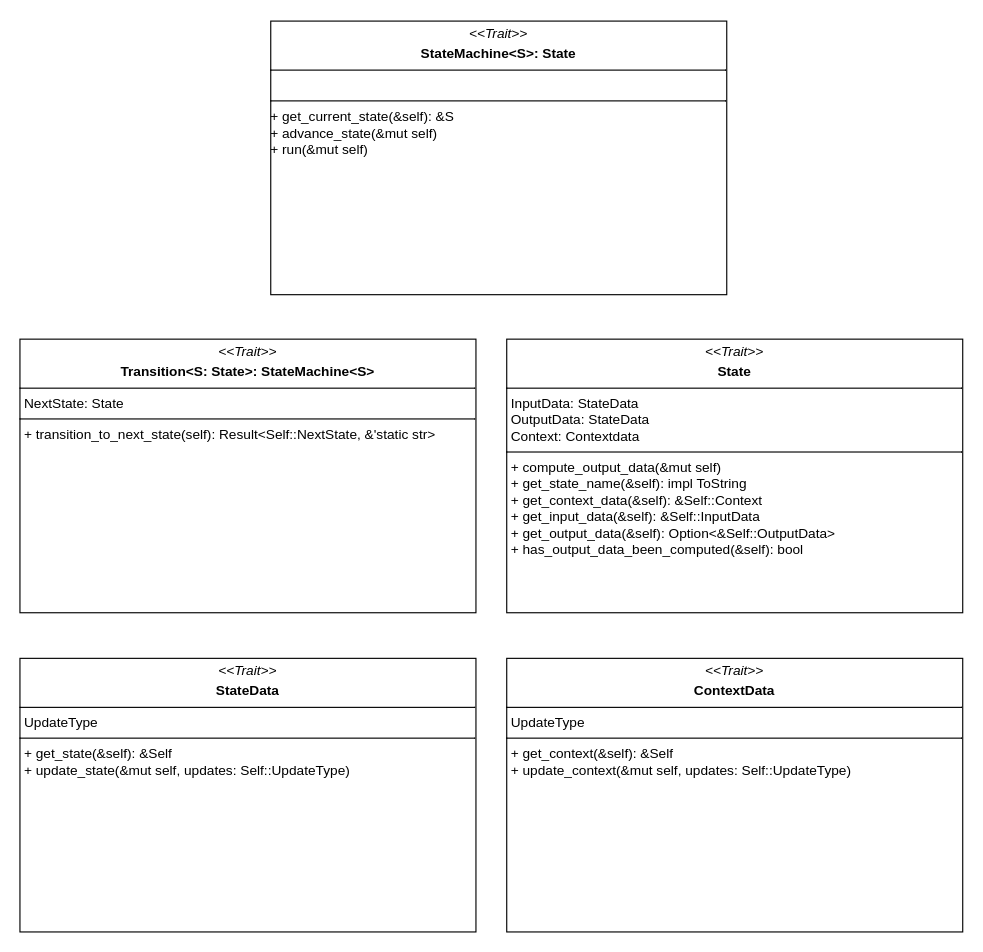
Above: design/uml_class_diagram/state_machine.drawio in DeCa09/state_machine (draw.io), before the change. Source tidied: cells renumbered, new cells numbered last; positions are measured from the earlier drawing's top-left corner, leaving out a move shared by most shapes. Both pictures are drawn from the tidied source at 114%, with x=0, y=0 at pixel (19, 21).
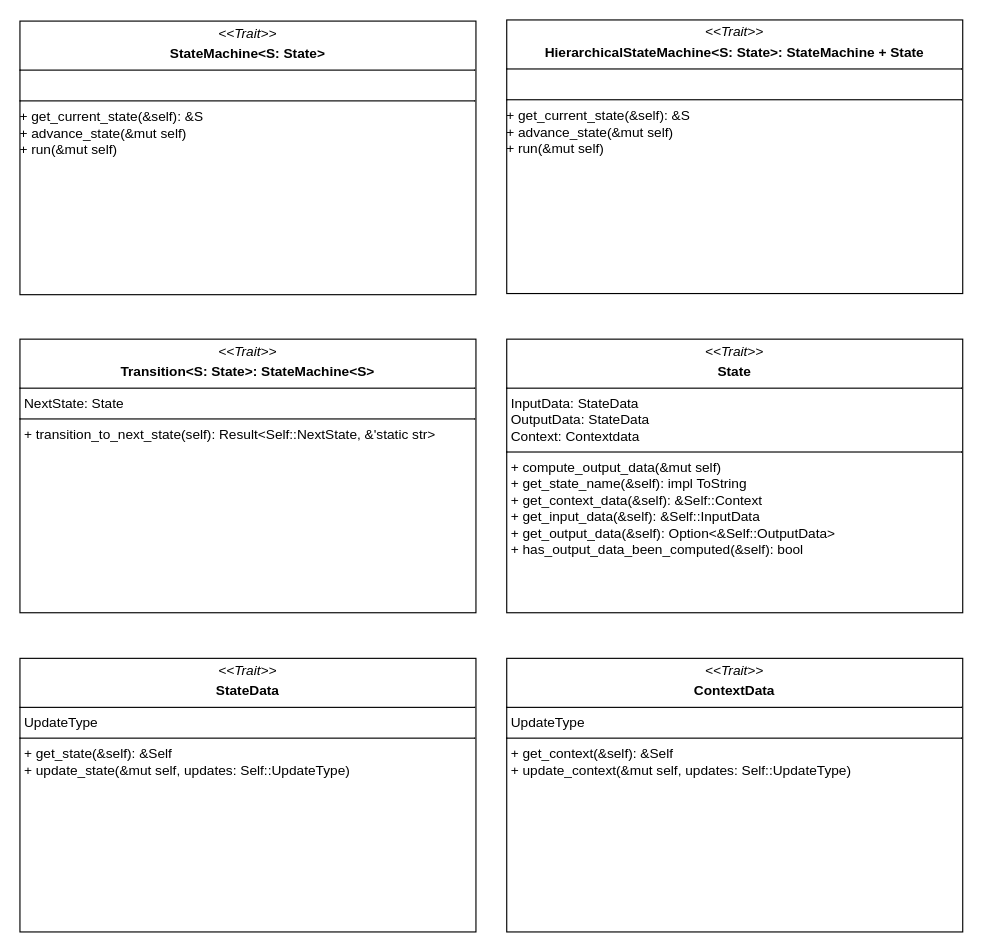
After the change.

Commit message (it also covers changes not shown here):
design: update design documents

What changed in the source:
```diff
@@
 <mxGraphModel>
   <root>
     <mxCell id="0" />
     <mxCell id="1" parent="0" />
     <mxCell id="2" value="&lt;p style=&quot;margin:0px;margin-top:4px;text-align:center;&quot;&gt;&lt;i&gt;&amp;lt;&amp;lt;Trait&amp;gt;&amp;gt;&lt;/i&gt;&lt;/p&gt;&lt;p style=&quot;margin:0px;margin-top:4px;text-align:center;&quot;&gt;&lt;b&gt;State&lt;/b&gt;&lt;br&gt;&lt;/p&gt;&lt;hr size=&quot;1&quot; style=&quot;border-style:solid;&quot;&gt;&lt;p style=&quot;margin:0px;margin-left:4px;&quot;&gt;InputData: StateData&lt;br&gt;OutputData: StateData&lt;/p&gt;&lt;p style=&quot;margin:0px;margin-left:4px;&quot;&gt;Context: Contextdata&lt;br&gt;&lt;/p&gt;&lt;hr size=&quot;1&quot; style=&quot;border-style:solid;&quot;&gt;&lt;p style=&quot;margin:0px;margin-left:4px;&quot;&gt;+ compute_output_data(&amp;amp;mut self)&lt;/p&gt;&lt;p style=&quot;margin:0px;margin-left:4px;&quot;&gt;+ get_state_name(&amp;amp;self): impl ToString&lt;br&gt;&lt;/p&gt;&lt;p style=&quot;margin:0px;margin-left:4px;&quot;&gt;+ get_context_data(&amp;amp;self): &amp;amp;Self::Context&lt;/p&gt;&lt;p style=&quot;margin:0px;margin-left:4px;&quot;&gt;+ get_input_data(&amp;amp;self): &amp;amp;Self::InputData&lt;/p&gt;&lt;p style=&quot;margin:0px;margin-left:4px;&quot;&gt;+ get_output_data(&amp;amp;self): Option&amp;lt;&amp;amp;Self::OutputData&amp;gt;&lt;/p&gt;&lt;p style=&quot;margin:0px;margin-left:4px;&quot;&gt;+ has_output_data_been_computed(&amp;amp;self): bool&lt;/p&gt;&lt;p style=&quot;margin:0px;margin-left:4px;&quot;&gt;&lt;/p&gt;&lt;p style=&quot;margin:0px;margin-left:4px;&quot;&gt;&lt;/p&gt;&lt;p style=&quot;margin:0px;margin-left:4px;&quot;&gt;&lt;/p&gt;" style="verticalAlign=top;align=left;overflow=fill;html=1;whiteSpace=wrap;" parent="1" vertex="1">
       <mxGeometry x="427" y="279" width="400" height="240" as="geometry" />
     </mxCell>
     <mxCell id="3" value="&lt;p style=&quot;margin:0px;margin-top:4px;text-align:center;&quot;&gt;&lt;i&gt;&amp;lt;&amp;lt;Trait&amp;gt;&amp;gt;&lt;/i&gt;&lt;/p&gt;&lt;p style=&quot;margin:0px;margin-top:4px;text-align:center;&quot;&gt;&lt;b&gt;ContextData&lt;/b&gt;&lt;br&gt;&lt;/p&gt;&lt;hr size=&quot;1&quot; style=&quot;border-style:solid;&quot;&gt;&lt;p style=&quot;margin:0px;margin-left:4px;&quot;&gt;UpdateType&lt;br&gt;&lt;/p&gt;&lt;hr size=&quot;1&quot; style=&quot;border-style:solid;&quot;&gt;&lt;p style=&quot;margin:0px;margin-left:4px;&quot;&gt;+ get_context(&amp;amp;self): &amp;amp;Self&lt;br&gt;&lt;/p&gt;&lt;p style=&quot;margin:0px;margin-left:4px;&quot;&gt;+ update_context(&amp;amp;mut self, updates: Self::UpdateType)&lt;/p&gt;&lt;p style=&quot;margin:0px;margin-left:4px;&quot;&gt;&lt;br&gt;&lt;/p&gt;&lt;p style=&quot;margin:0px;margin-left:4px;&quot;&gt;&lt;/p&gt;&lt;p style=&quot;margin:0px;margin-left:4px;&quot;&gt;&lt;/p&gt;&lt;p style=&quot;margin:0px;margin-left:4px;&quot;&gt;&lt;/p&gt;" style="verticalAlign=top;align=left;overflow=fill;html=1;whiteSpace=wrap;" parent="1" vertex="1">
       <mxGeometry x="427" y="559" width="400" height="240" as="geometry" />
     </mxCell>
     <mxCell id="4" value="&lt;p style=&quot;margin:0px;margin-top:4px;text-align:center;&quot;&gt;&lt;i&gt;&amp;lt;&amp;lt;Trait&amp;gt;&amp;gt;&lt;/i&gt;&lt;/p&gt;&lt;p style=&quot;margin:0px;margin-top:4px;text-align:center;&quot;&gt;&lt;b&gt;StateData&lt;/b&gt;&lt;br&gt;&lt;/p&gt;&lt;hr size=&quot;1&quot; style=&quot;border-style:solid;&quot;&gt;&lt;p style=&quot;margin:0px;margin-left:4px;&quot;&gt;UpdateType&lt;br&gt;&lt;/p&gt;&lt;hr size=&quot;1&quot; style=&quot;border-style:solid;&quot;&gt;&lt;p style=&quot;margin:0px;margin-left:4px;&quot;&gt;+ get_state(&amp;amp;self): &amp;amp;Self&lt;br&gt;&lt;/p&gt;&lt;p style=&quot;margin:0px;margin-left:4px;&quot;&gt;+ update_state(&amp;amp;mut self, updates: Self::UpdateType)&lt;/p&gt;&lt;p style=&quot;margin:0px;margin-left:4px;&quot;&gt;&lt;br&gt;&lt;/p&gt;&lt;p style=&quot;margin:0px;margin-left:4px;&quot;&gt;&lt;/p&gt;&lt;p style=&quot;margin:0px;margin-left:4px;&quot;&gt;&lt;/p&gt;&lt;p style=&quot;margin:0px;margin-left:4px;&quot;&gt;&lt;/p&gt;" style="verticalAlign=top;align=left;overflow=fill;html=1;whiteSpace=wrap;" parent="1" vertex="1">
       <mxGeometry y="559" width="400" height="240" as="geometry" />
     </mxCell>
-    <mxCell id="5" value="&lt;p style=&quot;margin:0px;margin-top:4px;text-align:center;&quot;&gt;&lt;i&gt;&amp;lt;&amp;lt;Trait&amp;gt;&amp;gt;&lt;/i&gt;&lt;/p&gt;&lt;p style=&quot;margin:0px;margin-top:4px;text-align:center;&quot;&gt;&lt;b&gt;StateMachine&amp;lt;S&amp;gt;: State&lt;/b&gt;&lt;br&gt;&lt;/p&gt;&lt;hr size=&quot;1&quot; style=&quot;border-style:solid;&quot;&gt;&lt;br&gt;&lt;hr size=&quot;1&quot; style=&quot;border-style:solid;&quot;&gt;&lt;div&gt;+ get_current_state(&amp;amp;self): &amp;amp;S&lt;br&gt;&lt;/div&gt;&lt;div&gt;+ advance_state(&amp;amp;mut self)&lt;/div&gt;&lt;div&gt;+ run(&amp;amp;mut self)&lt;/div&gt;&lt;p style=&quot;margin:0px;margin-left:4px;&quot;&gt;&lt;/p&gt;&lt;p style=&quot;margin:0px;margin-left:4px;&quot;&gt;&lt;/p&gt;&lt;p style=&quot;margin:0px;margin-left:4px;&quot;&gt;&lt;/p&gt;" style="verticalAlign=top;align=left;overflow=fill;html=1;whiteSpace=wrap;" parent="1" vertex="1">
-      <mxGeometry x="220" width="400" height="240" as="geometry" />
+    <mxCell id="5" value="&lt;p style=&quot;margin:0px;margin-top:4px;text-align:center;&quot;&gt;&lt;i&gt;&amp;lt;&amp;lt;Trait&amp;gt;&amp;gt;&lt;/i&gt;&lt;/p&gt;&lt;p style=&quot;margin:0px;margin-top:4px;text-align:center;&quot;&gt;&lt;b&gt;StateMachine&amp;lt;S: State&amp;gt;&lt;/b&gt;&lt;br&gt;&lt;/p&gt;&lt;hr size=&quot;1&quot; style=&quot;border-style:solid;&quot;&gt;&lt;br&gt;&lt;hr size=&quot;1&quot; style=&quot;border-style:solid;&quot;&gt;&lt;div&gt;+ get_current_state(&amp;amp;self): &amp;amp;S&lt;br&gt;&lt;/div&gt;&lt;div&gt;+ advance_state(&amp;amp;mut self)&lt;/div&gt;&lt;div&gt;+ run(&amp;amp;mut self)&lt;/div&gt;&lt;p style=&quot;margin:0px;margin-left:4px;&quot;&gt;&lt;/p&gt;&lt;p style=&quot;margin:0px;margin-left:4px;&quot;&gt;&lt;/p&gt;&lt;p style=&quot;margin:0px;margin-left:4px;&quot;&gt;&lt;/p&gt;" style="verticalAlign=top;align=left;overflow=fill;html=1;whiteSpace=wrap;" parent="1" vertex="1">
+      <mxGeometry width="400" height="240" as="geometry" />
     </mxCell>
     <mxCell id="6" value="&lt;p style=&quot;margin:0px;margin-top:4px;text-align:center;&quot;&gt;&lt;i&gt;&amp;lt;&amp;lt;Trait&amp;gt;&amp;gt;&lt;/i&gt;&lt;/p&gt;&lt;p style=&quot;margin:0px;margin-top:4px;text-align:center;&quot;&gt;&lt;b&gt;Transition&amp;lt;S: State&amp;gt;: StateMachine&amp;lt;S&amp;gt;&lt;/b&gt;&lt;br&gt;&lt;/p&gt;&lt;hr size=&quot;1&quot; style=&quot;border-style:solid;&quot;&gt;&lt;p style=&quot;margin:0px;margin-left:4px;&quot;&gt;NextState: State&lt;/p&gt;&lt;hr size=&quot;1&quot; style=&quot;border-style:solid;&quot;&gt;&lt;p style=&quot;margin:0px;margin-left:4px;&quot;&gt;+ transition_to_next_state(self): Result&amp;lt;Self::NextState, &amp;amp;'static str&amp;gt;&lt;br&gt;&lt;/p&gt;&lt;p style=&quot;margin:0px;margin-left:4px;&quot;&gt;&lt;/p&gt;&lt;p style=&quot;margin:0px;margin-left:4px;&quot;&gt;&lt;/p&gt;&lt;p style=&quot;margin:0px;margin-left:4px;&quot;&gt;&lt;/p&gt;" style="verticalAlign=top;align=left;overflow=fill;html=1;whiteSpace=wrap;" parent="1" vertex="1">
       <mxGeometry y="279" width="400" height="240" as="geometry" />
     </mxCell>
+    <mxCell id="7" value="&lt;p style=&quot;margin:0px;margin-top:4px;text-align:center;&quot;&gt;&lt;i&gt;&amp;lt;&amp;lt;Trait&amp;gt;&amp;gt;&lt;/i&gt;&lt;/p&gt;&lt;p style=&quot;margin:0px;margin-top:4px;text-align:center;&quot;&gt;&lt;b&gt;HierarchicalStateMachine&amp;lt;S: State&amp;gt;: StateMachine + State&lt;/b&gt;&lt;br&gt;&lt;/p&gt;&lt;hr size=&quot;1&quot; style=&quot;border-style:solid;&quot;&gt;&lt;br&gt;&lt;hr size=&quot;1&quot; style=&quot;border-style:solid;&quot;&gt;&lt;div&gt;+ get_current_state(&amp;amp;self): &amp;amp;S&lt;br&gt;&lt;/div&gt;&lt;div&gt;+ advance_state(&amp;amp;mut self)&lt;/div&gt;&lt;div&gt;+ run(&amp;amp;mut self)&lt;/div&gt;&lt;p style=&quot;margin:0px;margin-left:4px;&quot;&gt;&lt;/p&gt;&lt;p style=&quot;margin:0px;margin-left:4px;&quot;&gt;&lt;/p&gt;&lt;p style=&quot;margin:0px;margin-left:4px;&quot;&gt;&lt;/p&gt;" style="verticalAlign=top;align=left;overflow=fill;html=1;whiteSpace=wrap;" parent="1" vertex="1">
+      <mxGeometry x="427" y="-1" width="400" height="240" as="geometry" />
+    </mxCell>
   </root>
 </mxGraphModel>
```
